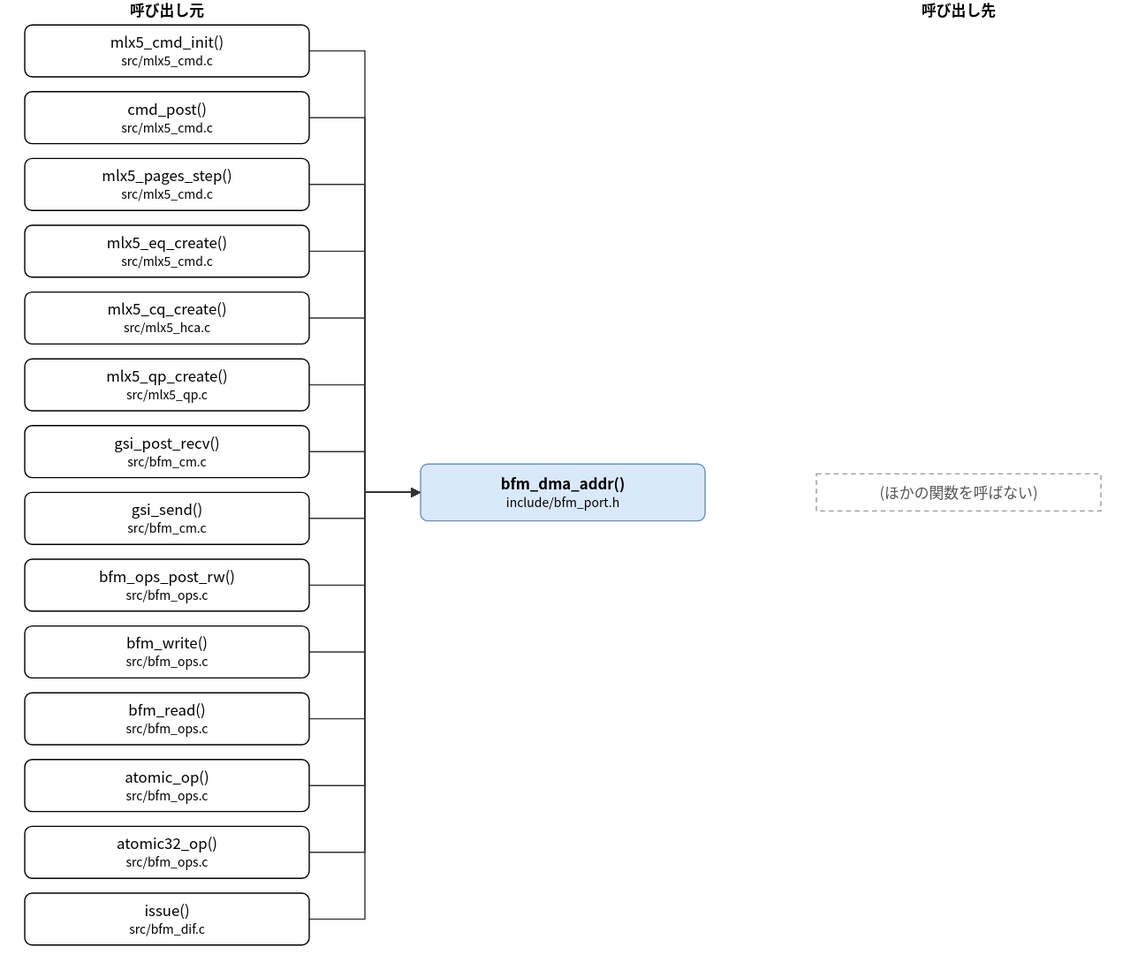
Earlier version of the draw.io export doc/spec/images/call_include_bfm_port-bfm_dma_addr.drawio.svg (hf355051012-ai/bfmem). Source tidied: cells renumbered, new cells last; positions are measured from the earlier drawing's top-left corner, leaving out a move shared by most shapes.
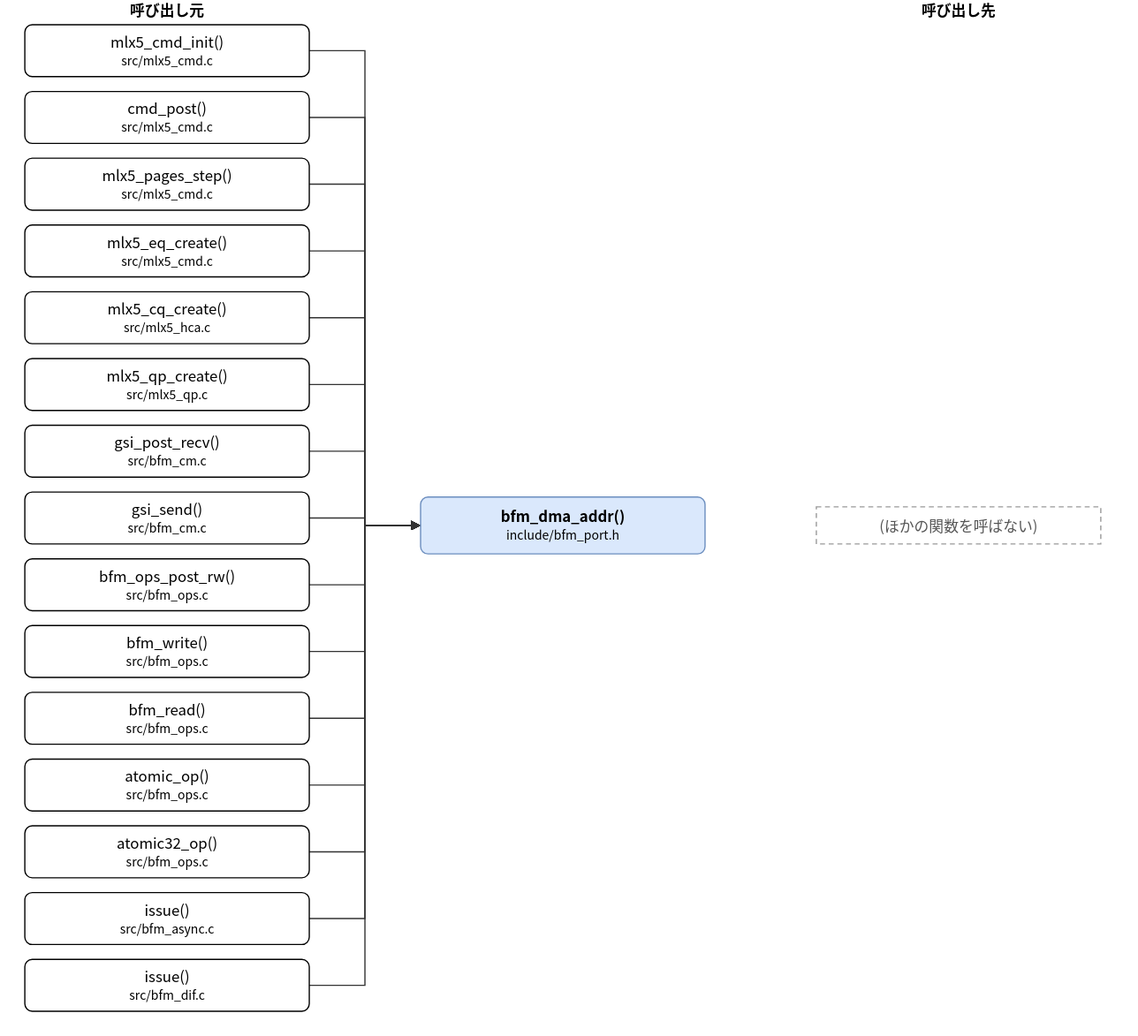
Later version of the same file.

What changed in the source:
```diff
@@ -3,7 +3,7 @@
     <mxCell id="0" />
     <mxCell id="1" parent="0" />
     <mxCell id="2" value="bfm_dma_addr()&lt;br&gt;&lt;font style=&quot;font-size:10px&quot;&gt;include/bfm_port.h&lt;/font&gt;" style="rounded=1;whiteSpace=wrap;html=1;fillColor=#dae8fc;strokeColor=#6c8ebf;fontStyle=1;" parent="1" vertex="1">
-      <mxGeometry x="320" y="375" width="230" height="46" as="geometry" />
+      <mxGeometry x="320" y="402" width="230" height="46" as="geometry" />
     </mxCell>
     <mxCell id="3" value="mlx5_cmd_init()&lt;br&gt;&lt;font style=&quot;font-size:10px&quot;&gt;src/mlx5_cmd.c&lt;/font&gt;" style="rounded=1;whiteSpace=wrap;html=1;" parent="1" vertex="1">
       <mxGeometry y="20" width="230" height="42" as="geometry" />
@@ -44,17 +44,20 @@
     <mxCell id="15" value="atomic32_op()&lt;br&gt;&lt;font style=&quot;font-size:10px&quot;&gt;src/bfm_ops.c&lt;/font&gt;" style="rounded=1;whiteSpace=wrap;html=1;" parent="1" vertex="1">
       <mxGeometry y="668" width="230" height="42" as="geometry" />
     </mxCell>
-    <mxCell id="16" value="issue()&lt;br&gt;&lt;font style=&quot;font-size:10px&quot;&gt;src/bfm_dif.c&lt;/font&gt;" style="rounded=1;whiteSpace=wrap;html=1;" parent="1" vertex="1">
+    <mxCell id="16" value="issue()&lt;br&gt;&lt;font style=&quot;font-size:10px&quot;&gt;src/bfm_async.c&lt;/font&gt;" style="rounded=1;whiteSpace=wrap;html=1;" parent="1" vertex="1">
       <mxGeometry y="722" width="230" height="42" as="geometry" />
     </mxCell>
+    <mxCell id="34" value="issue()&lt;br&gt;&lt;font style=&quot;font-size:10px&quot;&gt;src/bfm_dif.c&lt;/font&gt;" style="rounded=1;whiteSpace=wrap;html=1;" parent="1" vertex="1">
+      <mxGeometry y="776" width="230" height="42" as="geometry" />
+    </mxCell>
     <mxCell id="17" value="(ほかの関数を呼ばない)" style="rounded=0;whiteSpace=wrap;html=1;dashed=1;strokeColor=#999999;fontColor=#555555;dashed=1;" parent="1" vertex="1">
-      <mxGeometry x="640" y="383" width="230" height="30" as="geometry" />
+      <mxGeometry x="640" y="410" width="230" height="30" as="geometry" />
     </mxCell>
     <mxCell id="18" style="edgeStyle=none;html=1;rounded=0;endArrow=block;endFill=1;exitX=1.0000;exitY=0.5000;exitDx=0;exitDy=0;exitPerimeter=0;entryX=0.0000;entryY=0.5000;entryDx=0;entryDy=0;entryPerimeter=0;" parent="1" edge="1" source="3" target="2">
       <mxGeometry relative="1" as="geometry">
         <Array as="points">
           <mxPoint x="275" y="41" />
-          <mxPoint x="275" y="398" />
+          <mxPoint x="275" y="425" />
         </Array>
       </mxGeometry>
     </mxCell>
@@ -62,7 +65,7 @@
       <mxGeometry relative="1" as="geometry">
         <Array as="points">
           <mxPoint x="275" y="95" />
-          <mxPoint x="275" y="398" />
+          <mxPoint x="275" y="425" />
         </Array>
       </mxGeometry>
     </mxCell>
@@ -70,7 +73,7 @@
       <mxGeometry relative="1" as="geometry">
         <Array as="points">
           <mxPoint x="275" y="149" />
-          <mxPoint x="275" y="398" />
+          <mxPoint x="275" y="425" />
         </Array>
       </mxGeometry>
     </mxCell>
@@ -78,7 +81,7 @@
       <mxGeometry relative="1" as="geometry">
         <Array as="points">
           <mxPoint x="275" y="203" />
-          <mxPoint x="275" y="398" />
+          <mxPoint x="275" y="425" />
         </Array>
       </mxGeometry>
     </mxCell>
@@ -86,7 +89,7 @@
       <mxGeometry relative="1" as="geometry">
         <Array as="points">
           <mxPoint x="275" y="257" />
-          <mxPoint x="275" y="398" />
+          <mxPoint x="275" y="425" />
         </Array>
       </mxGeometry>
     </mxCell>
@@ -94,7 +97,7 @@
       <mxGeometry relative="1" as="geometry">
         <Array as="points">
           <mxPoint x="275" y="311" />
-          <mxPoint x="275" y="398" />
+          <mxPoint x="275" y="425" />
         </Array>
       </mxGeometry>
     </mxCell>
@@ -102,7 +105,7 @@
       <mxGeometry relative="1" as="geometry">
         <Array as="points">
           <mxPoint x="275" y="365" />
-          <mxPoint x="275" y="398" />
+          <mxPoint x="275" y="425" />
         </Array>
       </mxGeometry>
     </mxCell>
@@ -110,7 +113,7 @@
       <mxGeometry relative="1" as="geometry">
         <Array as="points">
           <mxPoint x="275" y="419" />
-          <mxPoint x="275" y="398" />
+          <mxPoint x="275" y="425" />
         </Array>
       </mxGeometry>
     </mxCell>
@@ -118,7 +121,7 @@
       <mxGeometry relative="1" as="geometry">
         <Array as="points">
           <mxPoint x="275" y="473" />
-          <mxPoint x="275" y="398" />
+          <mxPoint x="275" y="425" />
         </Array>
       </mxGeometry>
     </mxCell>
@@ -126,7 +129,7 @@
       <mxGeometry relative="1" as="geometry">
         <Array as="points">
           <mxPoint x="275" y="527" />
-          <mxPoint x="275" y="398" />
+          <mxPoint x="275" y="425" />
         </Array>
       </mxGeometry>
     </mxCell>
@@ -134,7 +137,7 @@
       <mxGeometry relative="1" as="geometry">
         <Array as="points">
           <mxPoint x="275" y="581" />
-          <mxPoint x="275" y="398" />
+          <mxPoint x="275" y="425" />
         </Array>
       </mxGeometry>
     </mxCell>
@@ -142,7 +145,7 @@
       <mxGeometry relative="1" as="geometry">
         <Array as="points">
           <mxPoint x="275" y="635" />
-          <mxPoint x="275" y="398" />
+          <mxPoint x="275" y="425" />
         </Array>
       </mxGeometry>
     </mxCell>
@@ -150,7 +153,7 @@
       <mxGeometry relative="1" as="geometry">
         <Array as="points">
           <mxPoint x="275" y="689" />
-          <mxPoint x="275" y="398" />
+          <mxPoint x="275" y="425" />
         </Array>
       </mxGeometry>
     </mxCell>
@@ -158,10 +161,18 @@
       <mxGeometry relative="1" as="geometry">
         <Array as="points">
           <mxPoint x="275" y="743" />
-          <mxPoint x="275" y="398" />
+          <mxPoint x="275" y="425" />
         </Array>
       </mxGeometry>
     </mxCell>
+    <mxCell id="35" style="edgeStyle=none;html=1;rounded=0;endArrow=block;endFill=1;exitX=1.0000;exitY=0.5000;exitDx=0;exitDy=0;exitPerimeter=0;entryX=0.0000;entryY=0.5000;entryDx=0;entryDy=0;entryPerimeter=0;" parent="1" edge="1" source="34" target="2">
+      <mxGeometry relative="1" as="geometry">
+        <Array as="points">
+          <mxPoint x="275" y="797" />
+          <mxPoint x="275" y="425" />
+        </Array>
+      </mxGeometry>
+    </mxCell>
     <mxCell id="32" value="呼び出し元" style="text;html=1;align=center;fontStyle=1;" parent="1" vertex="1">
       <mxGeometry x="35" width="160" height="18" as="geometry" />
     </mxCell>
```
